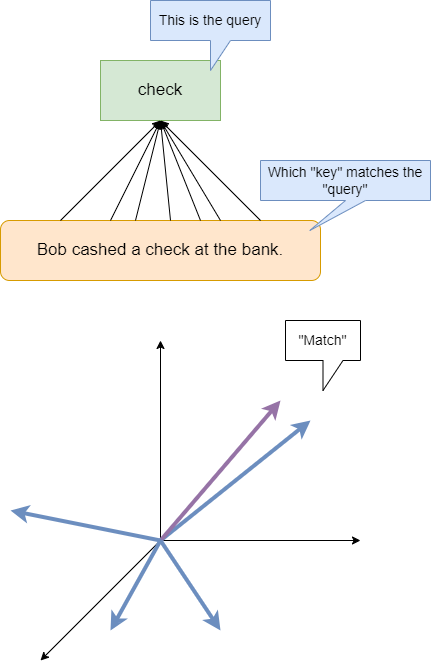
Before: generative_ai_session/q_k_v.drawio.png, a diagram exported from draw.io (eulerianKnight/images). Source tidied: cells renumbered, new cells last; positions are measured from the earlier drawing's top-left corner, leaving out a move shared by most shapes. Source of this version:
```xml
<mxGraphModel>
  <root>
    <mxCell id="0" />
    <mxCell id="1" parent="0" />
    <mxCell id="2" value="Bob cashed a check at the bank." style="rounded=1;whiteSpace=wrap;html=1;fontSize=17;fillColor=#ffe6cc;strokeColor=#d79b00;" parent="1" vertex="1">
      <mxGeometry y="220" width="320" height="60" as="geometry" />
    </mxCell>
    <mxCell id="3" value="check" style="rounded=0;whiteSpace=wrap;html=1;fontSize=17;fillColor=#d5e8d4;strokeColor=#82b366;" parent="1" vertex="1">
      <mxGeometry x="100" y="60" width="120" height="60" as="geometry" />
    </mxCell>
    <mxCell id="4" style="endArrow=classic;html=1;rounded=0;fontSize=17;entryX=0.5;entryY=1;entryDx=0;entryDy=0;" parent="1" edge="1" target="3">
      <mxGeometry relative="1" as="geometry">
        <mxPoint x="60" y="220" as="sourcePoint" />
      </mxGeometry>
    </mxCell>
    <mxCell id="5" style="endArrow=classic;html=1;rounded=0;fontSize=17;" parent="1" edge="1">
      <mxGeometry relative="1" as="geometry">
        <mxPoint x="110" y="220" as="sourcePoint" />
        <mxPoint x="160" y="120" as="targetPoint" />
      </mxGeometry>
    </mxCell>
    <mxCell id="6" style="endArrow=classic;html=1;rounded=0;fontSize=17;entryX=0.5;entryY=1;entryDx=0;entryDy=0;" parent="1" edge="1" target="3">
      <mxGeometry relative="1" as="geometry">
        <mxPoint x="135" y="220" as="sourcePoint" />
      </mxGeometry>
    </mxCell>
    <mxCell id="7" style="endArrow=classic;html=1;rounded=0;fontSize=17;" parent="1" edge="1">
      <mxGeometry relative="1" as="geometry">
        <mxPoint x="170" y="220" as="sourcePoint" />
        <mxPoint x="160" y="120" as="targetPoint" />
      </mxGeometry>
    </mxCell>
    <mxCell id="8" style="endArrow=classic;html=1;rounded=0;fontSize=17;" parent="1" edge="1">
      <mxGeometry relative="1" as="geometry">
        <mxPoint x="200" y="220" as="sourcePoint" />
        <mxPoint x="160" y="120" as="targetPoint" />
      </mxGeometry>
    </mxCell>
    <mxCell id="9" style="endArrow=classic;html=1;rounded=0;fontSize=17;" parent="1" edge="1">
      <mxGeometry relative="1" as="geometry">
        <mxPoint x="220" y="220" as="sourcePoint" />
        <mxPoint x="160" y="120" as="targetPoint" />
      </mxGeometry>
    </mxCell>
    <mxCell id="10" style="endArrow=classic;html=1;rounded=0;fontSize=17;" parent="1" edge="1">
      <mxGeometry relative="1" as="geometry">
        <mxPoint x="260" y="220" as="sourcePoint" />
        <mxPoint x="160" y="120" as="targetPoint" />
      </mxGeometry>
    </mxCell>
    <mxCell id="11" value="This is the query" style="shape=callout;whiteSpace=wrap;html=1;perimeter=calloutPerimeter;fontSize=14;fillColor=#dae8fc;strokeColor=#6c8ebf;" parent="1" vertex="1">
      <mxGeometry x="150" width="120" height="70" as="geometry" />
    </mxCell>
    <mxCell id="12" value="Which &quot;key&quot; matches the &quot;query&quot;" style="shape=callout;whiteSpace=wrap;html=1;perimeter=calloutPerimeter;fontSize=14;position2=0.29;fillColor=#dae8fc;strokeColor=#6c8ebf;" parent="1" vertex="1">
      <mxGeometry x="260" y="160" width="170" height="70" as="geometry" />
    </mxCell>
    <mxCell id="13" style="endArrow=classic;html=1;rounded=0;fontSize=14;" parent="1" edge="1">
      <mxGeometry relative="1" as="geometry">
        <mxPoint x="160" y="540" as="sourcePoint" />
        <mxPoint x="160" y="340" as="targetPoint" />
      </mxGeometry>
    </mxCell>
    <mxCell id="14" style="endArrow=classic;html=1;rounded=0;fontSize=14;" parent="1" edge="1">
      <mxGeometry relative="1" as="geometry">
        <mxPoint x="160" y="540" as="sourcePoint" />
        <mxPoint x="360" y="540" as="targetPoint" />
      </mxGeometry>
    </mxCell>
    <mxCell id="15" style="endArrow=classic;html=1;rounded=0;fontSize=14;" parent="1" edge="1">
      <mxGeometry relative="1" as="geometry">
        <mxPoint x="160" y="540" as="sourcePoint" />
        <mxPoint x="40" y="660" as="targetPoint" />
      </mxGeometry>
    </mxCell>
    <mxCell id="16" style="endArrow=classic;html=1;rounded=0;fontSize=14;fillColor=#dae8fc;strokeColor=#6c8ebf;strokeWidth=4;" parent="1" edge="1">
      <mxGeometry relative="1" as="geometry">
        <mxPoint x="160" y="540" as="sourcePoint" />
        <mxPoint x="310" y="420" as="targetPoint" />
      </mxGeometry>
    </mxCell>
    <mxCell id="17" style="endArrow=classic;html=1;rounded=0;fontSize=14;fillColor=#e1d5e7;strokeColor=#9673a6;strokeWidth=4;" parent="1" edge="1">
      <mxGeometry relative="1" as="geometry">
        <mxPoint x="160" y="540" as="sourcePoint" />
        <mxPoint x="280" y="400" as="targetPoint" />
      </mxGeometry>
    </mxCell>
    <mxCell id="18" style="endArrow=classic;html=1;rounded=0;fontSize=14;fillColor=#dae8fc;strokeColor=#6c8ebf;strokeWidth=4;" parent="1" edge="1">
      <mxGeometry relative="1" as="geometry">
        <mxPoint x="160" y="540" as="sourcePoint" />
        <mxPoint x="10" y="510" as="targetPoint" />
      </mxGeometry>
    </mxCell>
    <mxCell id="19" style="endArrow=classic;html=1;rounded=0;fontSize=14;fillColor=#dae8fc;strokeColor=#6c8ebf;strokeWidth=4;" parent="1" edge="1">
      <mxGeometry relative="1" as="geometry">
        <mxPoint x="160" y="540" as="sourcePoint" />
        <mxPoint x="220" y="630" as="targetPoint" />
      </mxGeometry>
    </mxCell>
    <mxCell id="20" style="endArrow=classic;html=1;rounded=0;fontSize=14;fillColor=#dae8fc;strokeColor=#6c8ebf;strokeWidth=4;" parent="1" edge="1">
      <mxGeometry relative="1" as="geometry">
        <mxPoint x="160" y="540" as="sourcePoint" />
        <mxPoint x="110" y="630" as="targetPoint" />
      </mxGeometry>
    </mxCell>
    <mxCell id="21" value="&quot;Match&quot;" style="shape=callout;whiteSpace=wrap;html=1;perimeter=calloutPerimeter;fontSize=14;" parent="1" vertex="1">
      <mxGeometry x="285" y="320" width="75" height="70" as="geometry" />
    </mxCell>
  </root>
</mxGraphModel>
```
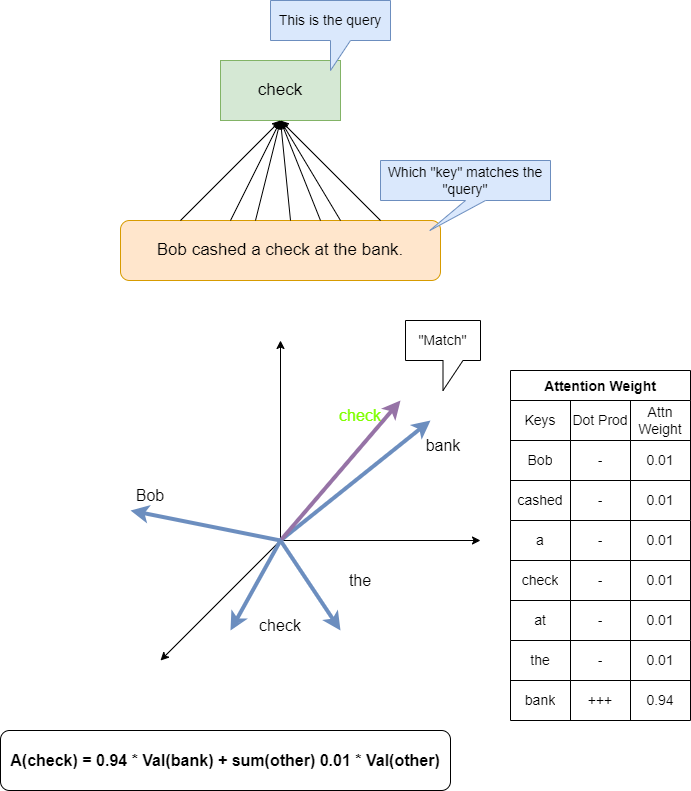
The same diagram one commit later.

The edit, as a diff of the source:
```diff
@@ -105,5 +105,128 @@
     <mxCell id="21" value="&quot;Match&quot;" style="shape=callout;whiteSpace=wrap;html=1;perimeter=calloutPerimeter;fontSize=14;" parent="1" vertex="1">
       <mxGeometry x="285" y="320" width="75" height="70" as="geometry" />
     </mxCell>
+    <mxCell id="22" value="Attention Weight" style="shape=table;startSize=30;fontStyle=1;align=center;fontSize=14;" parent="1" vertex="1">
+      <mxGeometry x="390" y="370" width="180" height="150" as="geometry" />
+    </mxCell>
+    <mxCell id="23" style="shape=tableRow;horizontal=0;startSize=0;swimlaneHead=0;swimlaneBody=0;top=0;left=0;bottom=0;right=0;fillColor=none;fontSize=14;" parent="22" vertex="1">
+      <mxGeometry y="30" width="180" height="40" as="geometry" />
+    </mxCell>
+    <mxCell id="24" value="Keys" style="shape=partialRectangle;html=1;whiteSpace=wrap;fillColor=none;top=0;left=0;bottom=0;right=0;overflow=hidden;fontSize=14;" parent="23" vertex="1">
+      <mxGeometry width="60" height="40" as="geometry" />
+    </mxCell>
+    <mxCell id="25" value="Dot Prod" style="shape=partialRectangle;html=1;whiteSpace=wrap;fillColor=none;top=0;left=0;bottom=0;right=0;overflow=hidden;fontSize=14;" parent="23" vertex="1">
+      <mxGeometry x="60" width="60" height="40" as="geometry" />
+    </mxCell>
+    <mxCell id="26" value="Attn Weight" style="shape=partialRectangle;html=1;whiteSpace=wrap;fillColor=none;top=0;left=0;bottom=0;right=0;overflow=hidden;fontSize=14;" parent="23" vertex="1">
+      <mxGeometry x="120" width="60" height="40" as="geometry" />
+    </mxCell>
+    <mxCell id="27" style="shape=tableRow;horizontal=0;startSize=0;swimlaneHead=0;swimlaneBody=0;top=0;left=0;bottom=0;right=0;fillColor=none;fontSize=14;" parent="22" vertex="1">
+      <mxGeometry y="70" width="180" height="40" as="geometry" />
+    </mxCell>
+    <mxCell id="28" value="Bob" style="shape=partialRectangle;html=1;whiteSpace=wrap;fillColor=none;top=0;left=0;bottom=0;right=0;overflow=hidden;fontSize=14;" parent="27" vertex="1">
+      <mxGeometry width="60" height="40" as="geometry" />
+    </mxCell>
+    <mxCell id="29" value="-" style="shape=partialRectangle;html=1;whiteSpace=wrap;fillColor=none;top=0;left=0;bottom=0;right=0;overflow=hidden;fontSize=14;" parent="27" vertex="1">
+      <mxGeometry x="60" width="60" height="40" as="geometry" />
+    </mxCell>
+    <mxCell id="30" value="0.01" style="shape=partialRectangle;html=1;whiteSpace=wrap;fillColor=none;top=0;left=0;bottom=0;right=0;overflow=hidden;fontSize=14;" parent="27" vertex="1">
+      <mxGeometry x="120" width="60" height="40" as="geometry" />
+    </mxCell>
+    <mxCell id="31" style="shape=tableRow;horizontal=0;startSize=0;swimlaneHead=0;swimlaneBody=0;top=0;left=0;bottom=0;right=0;fillColor=none;fontSize=14;" parent="22" vertex="1">
+      <mxGeometry y="110" width="180" height="40" as="geometry" />
+    </mxCell>
+    <mxCell id="32" value="cashed" style="shape=partialRectangle;html=1;whiteSpace=wrap;fillColor=none;top=0;left=0;bottom=0;right=0;overflow=hidden;fontSize=14;" parent="31" vertex="1">
+      <mxGeometry width="60" height="40" as="geometry" />
+    </mxCell>
+    <mxCell id="33" value="-" style="shape=partialRectangle;html=1;whiteSpace=wrap;fillColor=none;top=0;left=0;bottom=0;right=0;overflow=hidden;fontSize=14;" parent="31" vertex="1">
+      <mxGeometry x="60" width="60" height="40" as="geometry" />
+    </mxCell>
+    <mxCell id="34" value="0.01" style="shape=partialRectangle;html=1;whiteSpace=wrap;fillColor=none;top=0;left=0;bottom=0;right=0;overflow=hidden;fontSize=14;" parent="31" vertex="1">
+      <mxGeometry x="120" width="60" height="40" as="geometry" />
+    </mxCell>
+    <mxCell id="35" style="shape=table;html=1;whiteSpace=wrap;startSize=0;fontSize=14;" parent="1" vertex="1">
+      <mxGeometry x="390" y="520" width="180" height="120" as="geometry" />
+    </mxCell>
+    <mxCell id="36" style="shape=tableRow;horizontal=0;startSize=0;swimlaneHead=0;swimlaneBody=0;top=0;left=0;bottom=0;right=0;fillColor=none;fontSize=14;" parent="35" vertex="1">
+      <mxGeometry width="180" height="40" as="geometry" />
+    </mxCell>
+    <mxCell id="37" value="a" style="shape=partialRectangle;html=1;whiteSpace=wrap;fillColor=none;top=0;left=0;bottom=0;right=0;overflow=hidden;fontSize=14;" parent="36" vertex="1">
+      <mxGeometry width="60" height="40" as="geometry" />
+    </mxCell>
+    <mxCell id="38" value="-" style="shape=partialRectangle;html=1;whiteSpace=wrap;fillColor=none;top=0;left=0;bottom=0;right=0;overflow=hidden;fontSize=14;" parent="36" vertex="1">
+      <mxGeometry x="60" width="60" height="40" as="geometry" />
+    </mxCell>
+    <mxCell id="39" value="0.01" style="shape=partialRectangle;html=1;whiteSpace=wrap;fillColor=none;top=0;left=0;bottom=0;right=0;overflow=hidden;fontSize=14;" parent="36" vertex="1">
+      <mxGeometry x="120" width="60" height="40" as="geometry" />
+    </mxCell>
+    <mxCell id="40" style="shape=tableRow;horizontal=0;startSize=0;swimlaneHead=0;swimlaneBody=0;top=0;left=0;bottom=0;right=0;fillColor=none;fontSize=14;" parent="35" vertex="1">
+      <mxGeometry y="40" width="180" height="40" as="geometry" />
+    </mxCell>
+    <mxCell id="41" value="check" style="shape=partialRectangle;html=1;whiteSpace=wrap;fillColor=none;top=0;left=0;bottom=0;right=0;overflow=hidden;fontSize=14;" parent="40" vertex="1">
+      <mxGeometry width="60" height="40" as="geometry" />
+    </mxCell>
+    <mxCell id="42" value="-" style="shape=partialRectangle;html=1;whiteSpace=wrap;fillColor=none;top=0;left=0;bottom=0;right=0;overflow=hidden;fontSize=14;" parent="40" vertex="1">
+      <mxGeometry x="60" width="60" height="40" as="geometry" />
+    </mxCell>
+    <mxCell id="43" value="0.01" style="shape=partialRectangle;html=1;whiteSpace=wrap;fillColor=none;top=0;left=0;bottom=0;right=0;overflow=hidden;fontSize=14;" parent="40" vertex="1">
+      <mxGeometry x="120" width="60" height="40" as="geometry" />
+    </mxCell>
+    <mxCell id="44" style="shape=tableRow;horizontal=0;startSize=0;swimlaneHead=0;swimlaneBody=0;top=0;left=0;bottom=0;right=0;fillColor=none;fontSize=14;" parent="35" vertex="1">
+      <mxGeometry y="80" width="180" height="40" as="geometry" />
+    </mxCell>
+    <mxCell id="45" value="at" style="shape=partialRectangle;html=1;whiteSpace=wrap;fillColor=none;top=0;left=0;bottom=0;right=0;overflow=hidden;fontSize=14;" parent="44" vertex="1">
+      <mxGeometry width="60" height="40" as="geometry" />
+    </mxCell>
+    <mxCell id="46" value="-" style="shape=partialRectangle;html=1;whiteSpace=wrap;fillColor=none;top=0;left=0;bottom=0;right=0;overflow=hidden;fontSize=14;" parent="44" vertex="1">
+      <mxGeometry x="60" width="60" height="40" as="geometry" />
+    </mxCell>
+    <mxCell id="47" value="0.01" style="shape=partialRectangle;html=1;whiteSpace=wrap;fillColor=none;top=0;left=0;bottom=0;right=0;overflow=hidden;fontSize=14;" parent="44" vertex="1">
+      <mxGeometry x="120" width="60" height="40" as="geometry" />
+    </mxCell>
+    <mxCell id="48" style="shape=table;html=1;whiteSpace=wrap;startSize=0;fontSize=14;" parent="1" vertex="1">
+      <mxGeometry x="390" y="640" width="180" height="80" as="geometry" />
+    </mxCell>
+    <mxCell id="49" style="shape=tableRow;horizontal=0;startSize=0;swimlaneHead=0;swimlaneBody=0;top=0;left=0;bottom=0;right=0;fillColor=none;fontSize=14;" parent="48" vertex="1">
+      <mxGeometry width="180" height="40" as="geometry" />
+    </mxCell>
+    <mxCell id="50" value="the" style="shape=partialRectangle;html=1;whiteSpace=wrap;fillColor=none;top=0;left=0;bottom=0;right=0;overflow=hidden;fontSize=14;" parent="49" vertex="1">
+      <mxGeometry width="60" height="40" as="geometry" />
+    </mxCell>
+    <mxCell id="51" value="-" style="shape=partialRectangle;html=1;whiteSpace=wrap;fillColor=none;top=0;left=0;bottom=0;right=0;overflow=hidden;fontSize=14;" parent="49" vertex="1">
+      <mxGeometry x="60" width="60" height="40" as="geometry" />
+    </mxCell>
+    <mxCell id="52" value="0.01" style="shape=partialRectangle;html=1;whiteSpace=wrap;fillColor=none;top=0;left=0;bottom=0;right=0;overflow=hidden;fontSize=14;" parent="49" vertex="1">
+      <mxGeometry x="120" width="60" height="40" as="geometry" />
+    </mxCell>
+    <mxCell id="53" style="shape=tableRow;horizontal=0;startSize=0;swimlaneHead=0;swimlaneBody=0;top=0;left=0;bottom=0;right=0;fillColor=none;fontSize=14;" parent="48" vertex="1">
+      <mxGeometry y="40" width="180" height="40" as="geometry" />
+    </mxCell>
+    <mxCell id="54" value="bank" style="shape=partialRectangle;html=1;whiteSpace=wrap;fillColor=none;top=0;left=0;bottom=0;right=0;overflow=hidden;fontSize=14;" parent="53" vertex="1">
+      <mxGeometry width="60" height="40" as="geometry" />
+    </mxCell>
+    <mxCell id="55" value="+++" style="shape=partialRectangle;html=1;whiteSpace=wrap;fillColor=none;top=0;left=0;bottom=0;right=0;overflow=hidden;fontSize=14;" parent="53" vertex="1">
+      <mxGeometry x="60" width="60" height="40" as="geometry" />
+    </mxCell>
+    <mxCell id="56" value="0.94" style="shape=partialRectangle;html=1;whiteSpace=wrap;fillColor=none;top=0;left=0;bottom=0;right=0;overflow=hidden;fontSize=14;" parent="53" vertex="1">
+      <mxGeometry x="120" width="60" height="40" as="geometry" />
+    </mxCell>
+    <mxCell id="57" value="A(check) = 0.94 * Val(bank) + sum(other) 0.01 * Val(other)" style="rounded=1;whiteSpace=wrap;html=1;fontSize=16;fontStyle=1;" parent="1" vertex="1">
+      <mxGeometry x="-120" y="730" width="450" height="60" as="geometry" />
+    </mxCell>
+    <mxCell id="58" value="check" style="text;html=1;strokeColor=none;fillColor=none;align=center;verticalAlign=middle;whiteSpace=wrap;rounded=0;fontSize=16;fontColor=#80FF00;" parent="1" vertex="1">
+      <mxGeometry x="210" y="400" width="60" height="30" as="geometry" />
+    </mxCell>
+    <mxCell id="59" value="bank" style="text;html=1;strokeColor=none;fillColor=none;align=center;verticalAlign=middle;whiteSpace=wrap;rounded=0;fontSize=16;" parent="1" vertex="1">
+      <mxGeometry x="292.5" y="430" width="60" height="30" as="geometry" />
+    </mxCell>
+    <mxCell id="60" value="the" style="text;html=1;strokeColor=none;fillColor=none;align=center;verticalAlign=middle;whiteSpace=wrap;rounded=0;fontSize=16;" parent="1" vertex="1">
+      <mxGeometry x="210" y="565" width="60" height="30" as="geometry" />
+    </mxCell>
+    <mxCell id="61" value="check" style="text;html=1;strokeColor=none;fillColor=none;align=center;verticalAlign=middle;whiteSpace=wrap;rounded=0;fontSize=16;" parent="1" vertex="1">
+      <mxGeometry x="130" y="610" width="60" height="30" as="geometry" />
+    </mxCell>
+    <mxCell id="62" value="Bob" style="text;html=1;strokeColor=none;fillColor=none;align=center;verticalAlign=middle;whiteSpace=wrap;rounded=0;fontSize=16;" parent="1" vertex="1">
+      <mxGeometry y="480" width="60" height="30" as="geometry" />
+    </mxCell>
   </root>
 </mxGraphModel>
```
